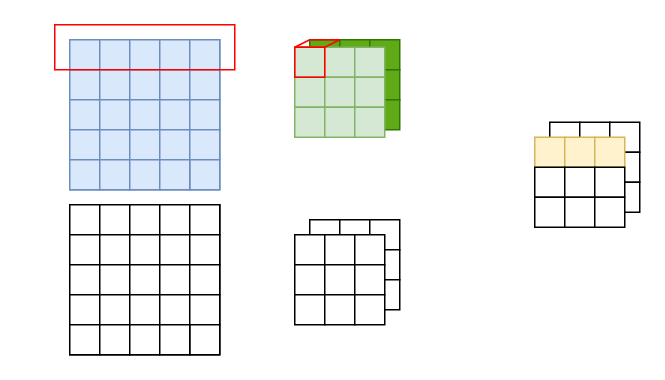
This is page "第 3 页" (3 of 6) of LAB/AOC_2024_Lab4/AOC_LAB4.drawio from kevin199907/AOC, a draw.io file, before an edit. Source tidied: cells renumbered, new cells numbered last; positions are measured from the earlier drawing's top-left corner, leaving out a move shared by most shapes. Both pictures are drawn from the tidied source at 150%, with x=0, y=0 at pixel (54, 24).
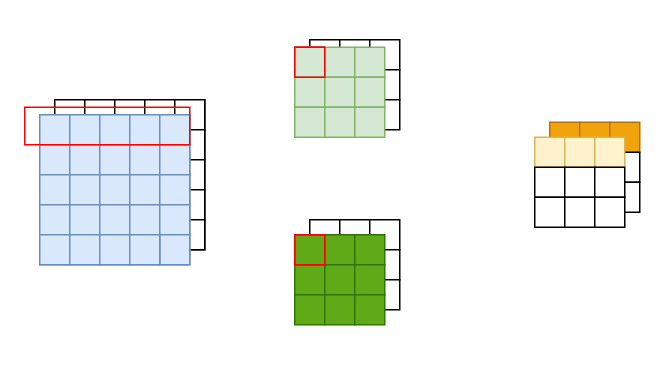
After the change.

Unchanged cells that the change refers to:
```xml
<mxCell id="64" style="rounded=0;whiteSpace=wrap;html=1;fillColor=#d5e8d4;strokeColor=#82b366;" parent="1" vertex="1">
  <mxGeometry x="180" y="15" width="20" height="20" as="geometry" />
</mxCell>
```

Diff of the diagram source:
```diff
@@
+    <mxCell id="28" style="rounded=0;whiteSpace=wrap;html=1;" parent="1" vertex="1">
+      <mxGeometry y="50" width="100" height="100" as="geometry" />
+    </mxCell>
+    <mxCell id="29" style="rounded=0;whiteSpace=wrap;html=1;" parent="1" vertex="1">
+      <mxGeometry y="50" width="20" height="20" as="geometry" />
+    </mxCell>
+    <mxCell id="30" style="rounded=0;whiteSpace=wrap;html=1;" parent="1" vertex="1">
+      <mxGeometry x="20" y="50" width="20" height="20" as="geometry" />
+    </mxCell>
+    <mxCell id="31" style="rounded=0;whiteSpace=wrap;html=1;" parent="1" vertex="1">
+      <mxGeometry x="40" y="50" width="20" height="20" as="geometry" />
+    </mxCell>
+    <mxCell id="32" style="rounded=0;whiteSpace=wrap;html=1;" parent="1" vertex="1">
+      <mxGeometry x="60" y="50" width="20" height="20" as="geometry" />
+    </mxCell>
+    <mxCell id="33" style="rounded=0;whiteSpace=wrap;html=1;" parent="1" vertex="1">
+      <mxGeometry x="80" y="50" width="20" height="20" as="geometry" />
+    </mxCell>
+    <mxCell id="34" style="rounded=0;whiteSpace=wrap;html=1;" parent="1" vertex="1">
+      <mxGeometry y="70" width="20" height="20" as="geometry" />
+    </mxCell>
+    <mxCell id="35" style="rounded=0;whiteSpace=wrap;html=1;" parent="1" vertex="1">
+      <mxGeometry y="90" width="20" height="20" as="geometry" />
+    </mxCell>
+    <mxCell id="36" style="rounded=0;whiteSpace=wrap;html=1;" parent="1" vertex="1">
+      <mxGeometry y="110" width="20" height="20" as="geometry" />
+    </mxCell>
+    <mxCell id="37" style="rounded=0;whiteSpace=wrap;html=1;" parent="1" vertex="1">
+      <mxGeometry y="130" width="20" height="20" as="geometry" />
+    </mxCell>
+    <mxCell id="38" style="rounded=0;whiteSpace=wrap;html=1;" parent="1" vertex="1">
+      <mxGeometry x="20" y="70" width="20" height="20" as="geometry" />
+    </mxCell>
+    <mxCell id="39" style="rounded=0;whiteSpace=wrap;html=1;" parent="1" vertex="1">
+      <mxGeometry x="20" y="90" width="20" height="20" as="geometry" />
+    </mxCell>
+    <mxCell id="40" style="rounded=0;whiteSpace=wrap;html=1;" parent="1" vertex="1">
+      <mxGeometry x="20" y="110" width="20" height="20" as="geometry" />
+    </mxCell>
+    <mxCell id="41" style="rounded=0;whiteSpace=wrap;html=1;" parent="1" vertex="1">
+      <mxGeometry x="20" y="130" width="20" height="20" as="geometry" />
+    </mxCell>
+    <mxCell id="42" style="rounded=0;whiteSpace=wrap;html=1;" parent="1" vertex="1">
+      <mxGeometry x="40" y="70" width="20" height="20" as="geometry" />
+    </mxCell>
+    <mxCell id="43" style="rounded=0;whiteSpace=wrap;html=1;" parent="1" vertex="1">
+      <mxGeometry x="40" y="90" width="20" height="20" as="geometry" />
+    </mxCell>
+    <mxCell id="44" style="rounded=0;whiteSpace=wrap;html=1;" parent="1" vertex="1">
+      <mxGeometry x="40" y="110" width="20" height="20" as="geometry" />
+    </mxCell>
+    <mxCell id="45" style="rounded=0;whiteSpace=wrap;html=1;" parent="1" vertex="1">
+      <mxGeometry x="40" y="130" width="20" height="20" as="geometry" />
+    </mxCell>
+    <mxCell id="46" style="rounded=0;whiteSpace=wrap;html=1;" parent="1" vertex="1">
+      <mxGeometry x="60" y="70" width="20" height="20" as="geometry" />
+    </mxCell>
+    <mxCell id="47" style="rounded=0;whiteSpace=wrap;html=1;" parent="1" vertex="1">
+      <mxGeometry x="80" y="70" width="20" height="20" as="geometry" />
+    </mxCell>
+    <mxCell id="48" style="rounded=0;whiteSpace=wrap;html=1;" parent="1" vertex="1">
+      <mxGeometry x="60" y="90" width="20" height="20" as="geometry" />
+    </mxCell>
+    <mxCell id="49" style="rounded=0;whiteSpace=wrap;html=1;" parent="1" vertex="1">
+      <mxGeometry x="80" y="90" width="20" height="20" as="geometry" />
+    </mxCell>
+    <mxCell id="50" style="rounded=0;whiteSpace=wrap;html=1;" parent="1" vertex="1">
+      <mxGeometry x="60" y="110" width="20" height="20" as="geometry" />
+    </mxCell>
+    <mxCell id="51" style="rounded=0;whiteSpace=wrap;html=1;" parent="1" vertex="1">
+      <mxGeometry x="80" y="110" width="20" height="20" as="geometry" />
+    </mxCell>
+    <mxCell id="52" style="rounded=0;whiteSpace=wrap;html=1;" parent="1" vertex="1">
+      <mxGeometry x="80" y="130" width="20" height="20" as="geometry" />
+    </mxCell>
+    <mxCell id="53" style="rounded=0;whiteSpace=wrap;html=1;" parent="1" vertex="1">
+      <mxGeometry x="60" y="130" width="20" height="20" as="geometry" />
+    </mxCell>
     <mxCell id="2" style="rounded=0;whiteSpace=wrap;html=1;fillColor=#dae8fc;strokeColor=#6c8ebf;" parent="1" vertex="1">
-      <mxGeometry x="10" y="10" width="100" height="100" as="geometry" />
+      <mxGeometry x="-10" y="60" width="100" height="100" as="geometry" />
     </mxCell>
     <mxCell id="3" style="rounded=0;whiteSpace=wrap;html=1;fillColor=#dae8fc;strokeColor=#6c8ebf;" parent="1" vertex="1">
-      <mxGeometry x="10" y="10" width="20" height="20" as="geometry" />
+      <mxGeometry x="-10" y="60" width="20" height="20" as="geometry" />
     </mxCell>
     <mxCell id="4" style="rounded=0;whiteSpace=wrap;html=1;fillColor=#dae8fc;strokeColor=#6c8ebf;" parent="1" vertex="1">
-      <mxGeometry x="30" y="10" width="20" height="20" as="geometry" />
+      <mxGeometry x="10" y="60" width="20" height="20" as="geometry" />
     </mxCell>
     <mxCell id="5" style="rounded=0;whiteSpace=wrap;html=1;fillColor=#dae8fc;strokeColor=#6c8ebf;" parent="1" vertex="1">
-      <mxGeometry x="50" y="10" width="20" height="20" as="geometry" />
+      <mxGeometry x="30" y="60" width="20" height="20" as="geometry" />
     </mxCell>
     <mxCell id="6" style="rounded=0;whiteSpace=wrap;html=1;fillColor=#dae8fc;strokeColor=#6c8ebf;" parent="1" vertex="1">
-      <mxGeometry x="70" y="10" width="20" height="20" as="geometry" />
+      <mxGeometry x="50" y="60" width="20" height="20" as="geometry" />
     </mxCell>
     <mxCell id="7" style="rounded=0;whiteSpace=wrap;html=1;fillColor=#dae8fc;strokeColor=#6c8ebf;" parent="1" vertex="1">
-      <mxGeometry x="90" y="10" width="20" height="20" as="geometry" />
+      <mxGeometry x="70" y="60" width="20" height="20" as="geometry" />
     </mxCell>
     <mxCell id="8" style="rounded=0;whiteSpace=wrap;html=1;fillColor=#dae8fc;strokeColor=#6c8ebf;" parent="1" vertex="1">
-      <mxGeometry x="10" y="30" width="20" height="20" as="geometry" />
+      <mxGeometry x="-10" y="80" width="20" height="20" as="geometry" />
     </mxCell>
     <mxCell id="9" style="rounded=0;whiteSpace=wrap;html=1;fillColor=#dae8fc;strokeColor=#6c8ebf;" parent="1" vertex="1">
-      <mxGeometry x="10" y="50" width="20" height="20" as="geometry" />
+      <mxGeometry x="-10" y="100" width="20" height="20" as="geometry" />
     </mxCell>
     <mxCell id="10" style="rounded=0;whiteSpace=wrap;html=1;fillColor=#dae8fc;strokeColor=#6c8ebf;" parent="1" vertex="1">
-      <mxGeometry x="10" y="70" width="20" height="20" as="geometry" />
+      <mxGeometry x="-10" y="120" width="20" height="20" as="geometry" />
     </mxCell>
     <mxCell id="11" style="rounded=0;whiteSpace=wrap;html=1;fillColor=#dae8fc;strokeColor=#6c8ebf;" parent="1" vertex="1">
-      <mxGeometry x="10" y="90" width="20" height="20" as="geometry" />
+      <mxGeometry x="-10" y="140" width="20" height="20" as="geometry" />
     </mxCell>
     <mxCell id="12" style="rounded=0;whiteSpace=wrap;html=1;fillColor=#dae8fc;strokeColor=#6c8ebf;" parent="1" vertex="1">
-      <mxGeometry x="30" y="30" width="20" height="20" as="geometry" />
+      <mxGeometry x="10" y="80" width="20" height="20" as="geometry" />
     </mxCell>
     <mxCell id="13" style="rounded=0;whiteSpace=wrap;html=1;fillColor=#dae8fc;strokeColor=#6c8ebf;" parent="1" vertex="1">
-      <mxGeometry x="30" y="50" width="20" height="20" as="geometry" />
+      <mxGeometry x="10" y="100" width="20" height="20" as="geometry" />
     </mxCell>
     <mxCell id="14" style="rounded=0;whiteSpace=wrap;html=1;fillColor=#dae8fc;strokeColor=#6c8ebf;" parent="1" vertex="1">
-      <mxGeometry x="30" y="70" width="20" height="20" as="geometry" />
+      <mxGeometry x="10" y="120" width="20" height="20" as="geometry" />
     </mxCell>
     <mxCell id="15" style="rounded=0;whiteSpace=wrap;html=1;fillColor=#dae8fc;strokeColor=#6c8ebf;" parent="1" vertex="1">
-      <mxGeometry x="30" y="90" width="20" height="20" as="geometry" />
+      <mxGeometry x="10" y="140" width="20" height="20" as="geometry" />
     </mxCell>
     <mxCell id="16" style="rounded=0;whiteSpace=wrap;html=1;fillColor=#dae8fc;strokeColor=#6c8ebf;" parent="1" vertex="1">
-      <mxGeometry x="50" y="30" width="20" height="20" as="geometry" />
+      <mxGeometry x="30" y="80" width="20" height="20" as="geometry" />
     </mxCell>
     <mxCell id="17" style="rounded=0;whiteSpace=wrap;html=1;fillColor=#dae8fc;strokeColor=#6c8ebf;" parent="1" vertex="1">
-      <mxGeometry x="50" y="50" width="20" height="20" as="geometry" />
+      <mxGeometry x="30" y="100" width="20" height="20" as="geometry" />
     </mxCell>
     <mxCell id="18" style="rounded=0;whiteSpace=wrap;html=1;fillColor=#dae8fc;strokeColor=#6c8ebf;" parent="1" vertex="1">
-      <mxGeometry x="50" y="70" width="20" height="20" as="geometry" />
+      <mxGeometry x="30" y="120" width="20" height="20" as="geometry" />
     </mxCell>
     <mxCell id="19" style="rounded=0;whiteSpace=wrap;html=1;fillColor=#dae8fc;strokeColor=#6c8ebf;" parent="1" vertex="1">
-      <mxGeometry x="50" y="90" width="20" height="20" as="geometry" />
+      <mxGeometry x="30" y="140" width="20" height="20" as="geometry" />
     </mxCell>
     <mxCell id="20" style="rounded=0;whiteSpace=wrap;html=1;fillColor=#dae8fc;strokeColor=#6c8ebf;" parent="1" vertex="1">
-      <mxGeometry x="70" y="30" width="20" height="20" as="geometry" />
+      <mxGeometry x="50" y="80" width="20" height="20" as="geometry" />
     </mxCell>
     <mxCell id="21" style="rounded=0;whiteSpace=wrap;html=1;fillColor=#dae8fc;strokeColor=#6c8ebf;" parent="1" vertex="1">
-      <mxGeometry x="90" y="30" width="20" height="20" as="geometry" />
+      <mxGeometry x="70" y="80" width="20" height="20" as="geometry" />
     </mxCell>
     <mxCell id="22" style="rounded=0;whiteSpace=wrap;html=1;fillColor=#dae8fc;strokeColor=#6c8ebf;" parent="1" vertex="1">
-      <mxGeometry x="70" y="50" width="20" height="20" as="geometry" />
+      <mxGeometry x="50" y="100" width="20" height="20" as="geometry" />
     </mxCell>
     <mxCell id="23" style="rounded=0;whiteSpace=wrap;html=1;fillColor=#dae8fc;strokeColor=#6c8ebf;" parent="1" vertex="1">
-      <mxGeometry x="90" y="50" width="20" height="20" as="geometry" />
+      <mxGeometry x="70" y="100" width="20" height="20" as="geometry" />
     </mxCell>
     <mxCell id="24" style="rounded=0;whiteSpace=wrap;html=1;fillColor=#dae8fc;strokeColor=#6c8ebf;" parent="1" vertex="1">
-      <mxGeometry x="70" y="70" width="20" height="20" as="geometry" />
+      <mxGeometry x="50" y="120" width="20" height="20" as="geometry" />
     </mxCell>
     <mxCell id="25" style="rounded=0;whiteSpace=wrap;html=1;fillColor=#dae8fc;strokeColor=#6c8ebf;" parent="1" vertex="1">
-      <mxGeometry x="90" y="70" width="20" height="20" as="geometry" />
+      <mxGeometry x="70" y="120" width="20" height="20" as="geometry" />
     </mxCell>
     <mxCell id="26" style="rounded=0;whiteSpace=wrap;html=1;fillColor=#dae8fc;strokeColor=#6c8ebf;" parent="1" vertex="1">
-      <mxGeometry x="90" y="90" width="20" height="20" as="geometry" />
+      <mxGeometry x="70" y="140" width="20" height="20" as="geometry" />
     </mxCell>
     <mxCell id="27" style="rounded=0;whiteSpace=wrap;html=1;fillColor=#dae8fc;strokeColor=#6c8ebf;" parent="1" vertex="1">
-      <mxGeometry x="70" y="90" width="20" height="20" as="geometry" />
+      <mxGeometry x="50" y="140" width="20" height="20" as="geometry" />
     </mxCell>
-    <mxCell id="28" style="rounded=0;whiteSpace=wrap;html=1;" parent="1" vertex="1">
-      <mxGeometry x="10" y="120" width="100" height="100" as="geometry" />
-    </mxCell>
-    <mxCell id="29" style="rounded=0;whiteSpace=wrap;html=1;" parent="1" vertex="1">
-      <mxGeometry x="10" y="120" width="20" height="20" as="geometry" />
-    </mxCell>
-    <mxCell id="30" style="rounded=0;whiteSpace=wrap;html=1;" parent="1" vertex="1">
-      <mxGeometry x="30" y="120" width="20" height="20" as="geometry" />
-    </mxCell>
-    <mxCell id="31" style="rounded=0;whiteSpace=wrap;html=1;" parent="1" vertex="1">
-      <mxGeometry x="50" y="120" width="20" height="20" as="geometry" />
-    </mxCell>
-    <mxCell id="32" style="rounded=0;whiteSpace=wrap;html=1;" parent="1" vertex="1">
-      <mxGeometry x="70" y="120" width="20" height="20" as="geometry" />
-    </mxCell>
-    <mxCell id="33" style="rounded=0;whiteSpace=wrap;html=1;" parent="1" vertex="1">
-      <mxGeometry x="90" y="120" width="20" height="20" as="geometry" />
-    </mxCell>
-    <mxCell id="34" style="rounded=0;whiteSpace=wrap;html=1;" parent="1" vertex="1">
-      <mxGeometry x="10" y="140" width="20" height="20" as="geometry" />
-    </mxCell>
-    <mxCell id="35" style="rounded=0;whiteSpace=wrap;html=1;" parent="1" vertex="1">
-      <mxGeometry x="10" y="160" width="20" height="20" as="geometry" />
-    </mxCell>
-    <mxCell id="36" style="rounded=0;whiteSpace=wrap;html=1;" parent="1" vertex="1">
-      <mxGeometry x="10" y="180" width="20" height="20" as="geometry" />
-    </mxCell>
-    <mxCell id="37" style="rounded=0;whiteSpace=wrap;html=1;" parent="1" vertex="1">
-      <mxGeometry x="10" y="200" width="20" height="20" as="geometry" />
-    </mxCell>
-    <mxCell id="38" style="rounded=0;whiteSpace=wrap;html=1;" parent="1" vertex="1">
-      <mxGeometry x="30" y="140" width="20" height="20" as="geometry" />
-    </mxCell>
-    <mxCell id="39" style="rounded=0;whiteSpace=wrap;html=1;" parent="1" vertex="1">
-      <mxGeometry x="30" y="160" width="20" height="20" as="geometry" />
-    </mxCell>
-    <mxCell id="40" style="rounded=0;whiteSpace=wrap;html=1;" parent="1" vertex="1">
-      <mxGeometry x="30" y="180" width="20" height="20" as="geometry" />
-    </mxCell>
-    <mxCell id="41" style="rounded=0;whiteSpace=wrap;html=1;" parent="1" vertex="1">
-      <mxGeometry x="30" y="200" width="20" height="20" as="geometry" />
-    </mxCell>
-    <mxCell id="42" style="rounded=0;whiteSpace=wrap;html=1;" parent="1" vertex="1">
-      <mxGeometry x="50" y="140" width="20" height="20" as="geometry" />
-    </mxCell>
-    <mxCell id="43" style="rounded=0;whiteSpace=wrap;html=1;" parent="1" vertex="1">
-      <mxGeometry x="50" y="160" width="20" height="20" as="geometry" />
-    </mxCell>
-    <mxCell id="44" style="rounded=0;whiteSpace=wrap;html=1;" parent="1" vertex="1">
-      <mxGeometry x="50" y="180" width="20" height="20" as="geometry" />
-    </mxCell>
-    <mxCell id="45" style="rounded=0;whiteSpace=wrap;html=1;" parent="1" vertex="1">
-      <mxGeometry x="50" y="200" width="20" height="20" as="geometry" />
-    </mxCell>
-    <mxCell id="46" style="rounded=0;whiteSpace=wrap;html=1;" parent="1" vertex="1">
-      <mxGeometry x="70" y="140" width="20" height="20" as="geometry" />
-    </mxCell>
-    <mxCell id="47" style="rounded=0;whiteSpace=wrap;html=1;" parent="1" vertex="1">
-      <mxGeometry x="90" y="140" width="20" height="20" as="geometry" />
-    </mxCell>
-    <mxCell id="48" style="rounded=0;whiteSpace=wrap;html=1;" parent="1" vertex="1">
-      <mxGeometry x="70" y="160" width="20" height="20" as="geometry" />
-    </mxCell>
-    <mxCell id="49" style="rounded=0;whiteSpace=wrap;html=1;" parent="1" vertex="1">
-      <mxGeometry x="90" y="160" width="20" height="20" as="geometry" />
-    </mxCell>
-    <mxCell id="50" style="rounded=0;whiteSpace=wrap;html=1;" parent="1" vertex="1">
-      <mxGeometry x="70" y="180" width="20" height="20" as="geometry" />
-    </mxCell>
-    <mxCell id="51" style="rounded=0;whiteSpace=wrap;html=1;" parent="1" vertex="1">
-      <mxGeometry x="90" y="180" width="20" height="20" as="geometry" />
-    </mxCell>
-    <mxCell id="52" style="rounded=0;whiteSpace=wrap;html=1;" parent="1" vertex="1">
-      <mxGeometry x="90" y="200" width="20" height="20" as="geometry" />
-    </mxCell>
-    <mxCell id="53" style="rounded=0;whiteSpace=wrap;html=1;" parent="1" vertex="1">
-      <mxGeometry x="70" y="200" width="20" height="20" as="geometry" />
-    </mxCell>
-    <mxCell id="54" style="rounded=0;whiteSpace=wrap;html=1;fillColor=#60a917;fontColor=#ffffff;strokeColor=#2D7600;" parent="1" vertex="1">
+    <mxCell id="54" style="rounded=0;whiteSpace=wrap;html=1;" parent="1" vertex="1">
       <mxGeometry x="170" y="10" width="20" height="20" as="geometry" />
     </mxCell>
-    <mxCell id="55" style="rounded=0;whiteSpace=wrap;html=1;fillColor=#60a917;fontColor=#ffffff;strokeColor=#2D7600;" parent="1" vertex="1">
+    <mxCell id="55" style="rounded=0;whiteSpace=wrap;html=1;" parent="1" vertex="1">
       <mxGeometry x="190" y="10" width="20" height="20" as="geometry" />
     </mxCell>
-    <mxCell id="56" style="rounded=0;whiteSpace=wrap;html=1;fillColor=#60a917;fontColor=#ffffff;strokeColor=#2D7600;" parent="1" vertex="1">
+    <mxCell id="56" style="rounded=0;whiteSpace=wrap;html=1;" parent="1" vertex="1">
       <mxGeometry x="210" y="10" width="20" height="20" as="geometry" />
     </mxCell>
@@
-    <mxCell id="61" style="rounded=0;whiteSpace=wrap;html=1;fillColor=#60a917;fontColor=#ffffff;strokeColor=#2D7600;" parent="1" vertex="1">
+    <mxCell id="61" style="rounded=0;whiteSpace=wrap;html=1;" parent="1" vertex="1">
       <mxGeometry x="210" y="30" width="20" height="20" as="geometry" />
     </mxCell>
-    <mxCell id="62" style="rounded=0;whiteSpace=wrap;html=1;fillColor=#60a917;fontColor=#ffffff;strokeColor=#2D7600;" parent="1" vertex="1">
+    <mxCell id="62" style="rounded=0;whiteSpace=wrap;html=1;" parent="1" vertex="1">
       <mxGeometry x="210" y="50" width="20" height="20" as="geometry" />
     </mxCell>
@@
-    <mxCell id="81" style="rounded=0;whiteSpace=wrap;html=1;" parent="1" vertex="1">
+    <mxCell id="81" style="rounded=0;whiteSpace=wrap;html=1;fillColor=#60a917;fontColor=#ffffff;strokeColor=#2D7600;" parent="1" vertex="1">
       <mxGeometry x="160" y="140" width="20" height="20" as="geometry" />
     </mxCell>
-    <mxCell id="82" style="rounded=0;whiteSpace=wrap;html=1;" parent="1" vertex="1">
+    <mxCell id="82" style="rounded=0;whiteSpace=wrap;html=1;fillColor=#60a917;fontColor=#ffffff;strokeColor=#2D7600;" parent="1" vertex="1">
       <mxGeometry x="180" y="140" width="20" height="20" as="geometry" />
     </mxCell>
-    <mxCell id="83" style="rounded=0;whiteSpace=wrap;html=1;" parent="1" vertex="1">
+    <mxCell id="83" style="rounded=0;whiteSpace=wrap;html=1;fillColor=#60a917;fontColor=#ffffff;strokeColor=#2D7600;" parent="1" vertex="1">
       <mxGeometry x="200" y="140" width="20" height="20" as="geometry" />
     </mxCell>
-    <mxCell id="84" style="rounded=0;whiteSpace=wrap;html=1;" parent="1" vertex="1">
+    <mxCell id="84" style="rounded=0;whiteSpace=wrap;html=1;fillColor=#60a917;fontColor=#ffffff;strokeColor=#2D7600;" parent="1" vertex="1">
       <mxGeometry x="160" y="160" width="20" height="20" as="geometry" />
     </mxCell>
-    <mxCell id="85" style="rounded=0;whiteSpace=wrap;html=1;" parent="1" vertex="1">
+    <mxCell id="85" style="rounded=0;whiteSpace=wrap;html=1;fillColor=#60a917;fontColor=#ffffff;strokeColor=#2D7600;" parent="1" vertex="1">
       <mxGeometry x="160" y="180" width="20" height="20" as="geometry" />
     </mxCell>
-    <mxCell id="86" style="rounded=0;whiteSpace=wrap;html=1;" parent="1" vertex="1">
+    <mxCell id="86" style="rounded=0;whiteSpace=wrap;html=1;fillColor=#60a917;fontColor=#ffffff;strokeColor=#2D7600;" parent="1" vertex="1">
       <mxGeometry x="180" y="160" width="20" height="20" as="geometry" />
     </mxCell>
-    <mxCell id="87" style="rounded=0;whiteSpace=wrap;html=1;" parent="1" vertex="1">
+    <mxCell id="87" style="rounded=0;whiteSpace=wrap;html=1;fillColor=#60a917;fontColor=#ffffff;strokeColor=#2D7600;" parent="1" vertex="1">
       <mxGeometry x="180" y="180" width="20" height="20" as="geometry" />
     </mxCell>
-    <mxCell id="88" style="rounded=0;whiteSpace=wrap;html=1;" parent="1" vertex="1">
+    <mxCell id="88" style="rounded=0;whiteSpace=wrap;html=1;fillColor=#60a917;fontColor=#ffffff;strokeColor=#2D7600;" parent="1" vertex="1">
       <mxGeometry x="200" y="160" width="20" height="20" as="geometry" />
     </mxCell>
-    <mxCell id="89" style="rounded=0;whiteSpace=wrap;html=1;" parent="1" vertex="1">
+    <mxCell id="89" style="rounded=0;whiteSpace=wrap;html=1;fillColor=#60a917;fontColor=#ffffff;strokeColor=#2D7600;" parent="1" vertex="1">
       <mxGeometry x="200" y="180" width="20" height="20" as="geometry" />
     </mxCell>
-    <mxCell id="90" style="rounded=0;whiteSpace=wrap;html=1;" parent="1" vertex="1">
+    <mxCell id="90" style="rounded=0;whiteSpace=wrap;html=1;fillColor=#f0a30a;fontColor=#000000;strokeColor=#BD7000;" parent="1" vertex="1">
       <mxGeometry x="330" y="65" width="20" height="20" as="geometry" />
     </mxCell>
-    <mxCell id="91" style="rounded=0;whiteSpace=wrap;html=1;" parent="1" vertex="1">
+    <mxCell id="91" style="rounded=0;whiteSpace=wrap;html=1;fillColor=#f0a30a;fontColor=#000000;strokeColor=#BD7000;" parent="1" vertex="1">
       <mxGeometry x="350" y="65" width="20" height="20" as="geometry" />
     </mxCell>
-    <mxCell id="92" style="rounded=0;whiteSpace=wrap;html=1;" parent="1" vertex="1">
+    <mxCell id="92" style="rounded=0;whiteSpace=wrap;html=1;fillColor=#f0a30a;fontColor=#000000;strokeColor=#BD7000;" parent="1" vertex="1">
       <mxGeometry x="370" y="65" width="20" height="20" as="geometry" />
     </mxCell>
@@
-    <mxCell id="108" style="endArrow=none;html=1;rounded=0;entryX=0;entryY=0;entryDx=0;entryDy=0;strokeColor=#FF0000;" parent="1" edge="1" target="54">
-      <mxGeometry relative="1" as="geometry">
-        <mxPoint x="160" y="15" as="sourcePoint" />
-      </mxGeometry>
-    </mxCell>
-    <mxCell id="109" style="endArrow=none;html=1;rounded=0;entryX=0;entryY=0;entryDx=0;entryDy=0;strokeColor=#FF0000;" parent="1" edge="1" target="55">
-      <mxGeometry relative="1" as="geometry">
-        <mxPoint x="170" y="10" as="sourcePoint" />
-      </mxGeometry>
-    </mxCell>
-    <mxCell id="110" style="endArrow=none;html=1;rounded=0;exitX=0;exitY=0;exitDx=0;exitDy=0;strokeColor=#FF0000;" parent="1" edge="1" source="64">
-      <mxGeometry relative="1" as="geometry">
-        <mxPoint x="190" y="10" as="targetPoint" />
-      </mxGeometry>
-    </mxCell>
@@
-    <mxCell id="112" style="rounded=0;whiteSpace=wrap;html=1;fillColor=none;strokeColor=#FF0000;" parent="1" vertex="1">
+    <mxCell id="112" style="rounded=0;whiteSpace=wrap;html=1;fillColor=none;strokeColor=#FF0000;direction=west;" parent="1" vertex="1">
       <mxGeometry x="160" y="15" width="20" height="20" as="geometry" />
     </mxCell>
     <mxCell id="113" style="rounded=0;whiteSpace=wrap;html=1;fillColor=none;strokeColor=#FF0000;" parent="1" vertex="1">
-      <mxGeometry width="120" height="30" as="geometry" />
+      <mxGeometry x="-20" y="55" width="110" height="25" as="geometry" />
     </mxCell>
+    <mxCell id="114" style="rounded=0;whiteSpace=wrap;html=1;fillColor=none;strokeColor=#FF0000;direction=west;" parent="1" vertex="1">
+      <mxGeometry x="160" y="140" width="20" height="20" as="geometry" />
+    </mxCell>
```
